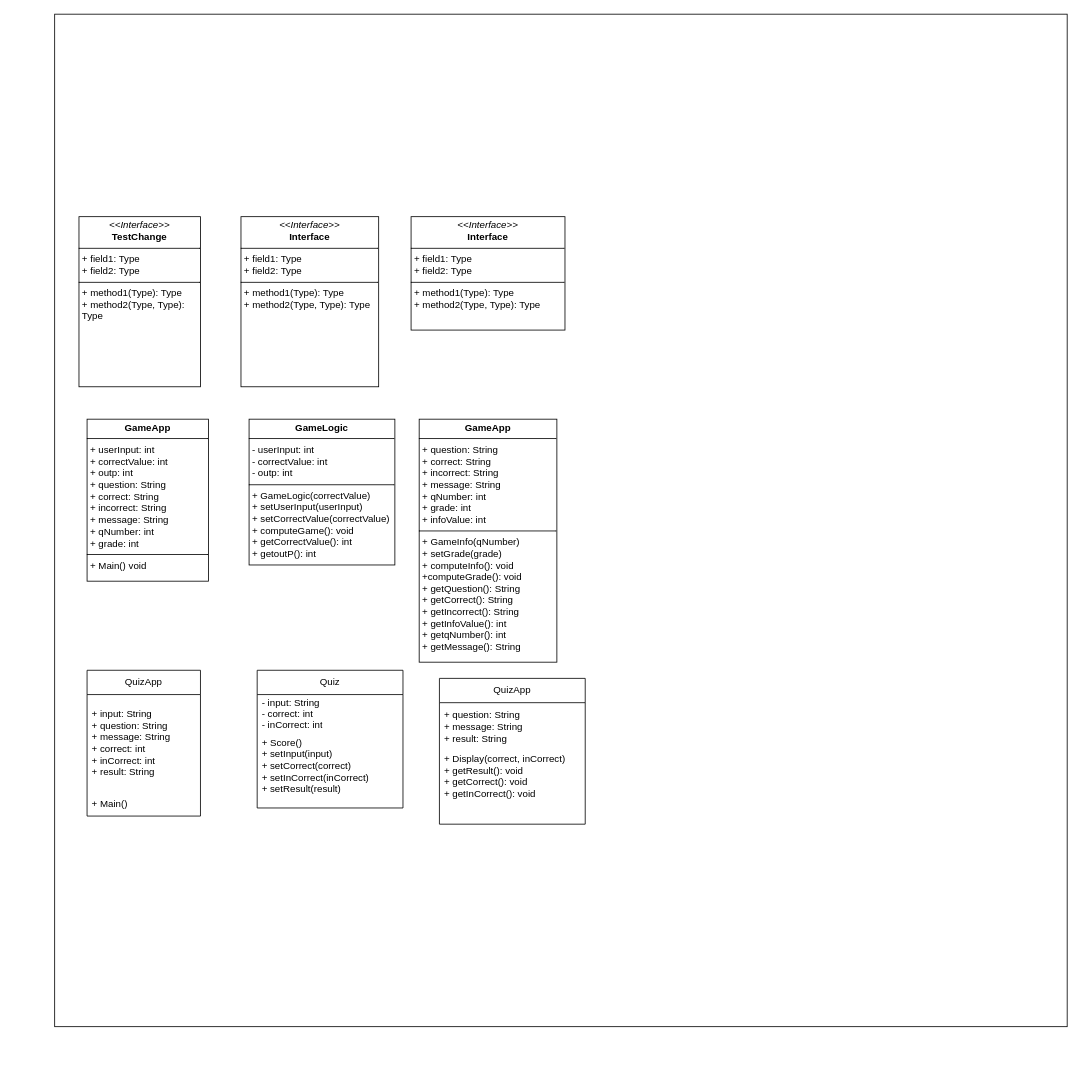
Earlier version of the draw.io diagram ClassDiagram.drawio (JordanTheCodeless/OOP_SDG_CA). Source tidied: cells renumbered, new cells numbered last; positions are measured from the earlier drawing's top-left corner, leaving out a move shared by most shapes. Both pictures are drawn from the tidied source at 81%, with x=0, y=0 at pixel (54, 14).
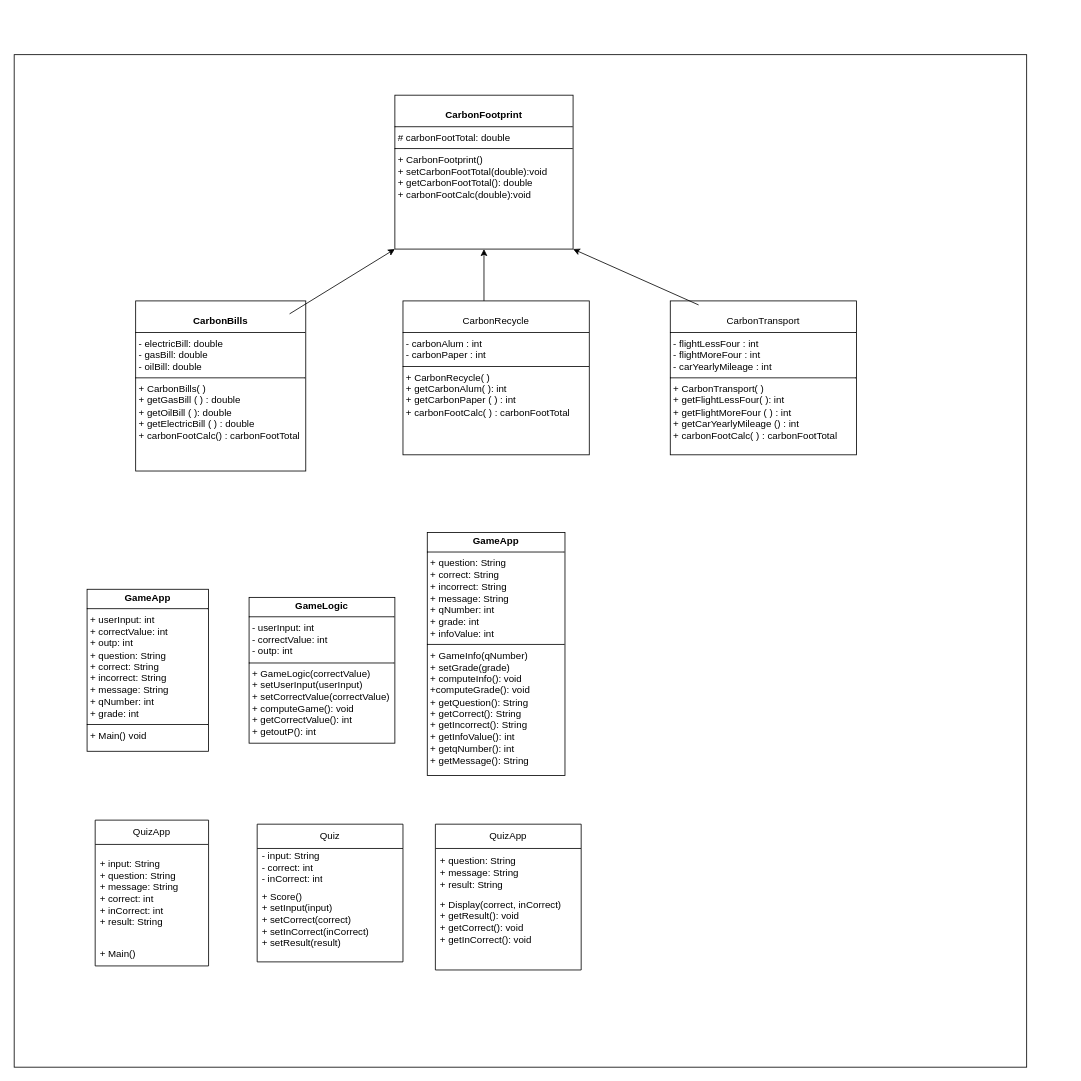
The same page after the edit.

Commit message:
Class diagram for CarbonFootPrintCalculator complete @Jordan

Change to the diagram source:
```diff
@@
     <mxCell id="2" style="whiteSpace=wrap;html=1;" parent="1" vertex="1">
-      <mxGeometry width="1250" height="1250" as="geometry" />
+      <mxGeometry x="-50" y="50" width="1250" height="1250" as="geometry" />
     </mxCell>
-    <mxCell id="3" value="&lt;p style=&quot;margin:0px;margin-top:4px;text-align:center;&quot;&gt;&lt;i&gt;&amp;lt;&amp;lt;Interface&amp;gt;&amp;gt;&lt;/i&gt;&lt;br&gt;&lt;b&gt;TestChange&lt;/b&gt;&lt;/p&gt;&lt;hr size=&quot;1&quot; style=&quot;border-style:solid;&quot;&gt;&lt;p style=&quot;margin:0px;margin-left:4px;&quot;&gt;+ field1: Type&lt;br&gt;+ field2: Type&lt;/p&gt;&lt;hr size=&quot;1&quot; style=&quot;border-style:solid;&quot;&gt;&lt;p style=&quot;margin:0px;margin-left:4px;&quot;&gt;+ method1(Type): Type&lt;br&gt;+ method2(Type, Type): Type&lt;/p&gt;" style="verticalAlign=top;align=left;overflow=fill;html=1;whiteSpace=wrap;" parent="1" vertex="1">
-      <mxGeometry x="30" y="250" width="150" height="210" as="geometry" />
+    <mxCell id="3" value="&lt;p style=&quot;margin:0px;margin-top:4px;text-align:center;&quot;&gt;&lt;br&gt;&lt;b&gt;CarbonFootprint&lt;/b&gt;&lt;br&gt;&lt;/p&gt;&lt;hr size=&quot;1&quot; style=&quot;border-style:solid;&quot;&gt;&lt;p style=&quot;margin:0px;margin-left:4px;&quot;&gt;# carbonFootTotal: double&lt;br&gt;&lt;/p&gt;&lt;hr size=&quot;1&quot; style=&quot;border-style:solid;&quot;&gt;&lt;p style=&quot;margin:0px;margin-left:4px;&quot;&gt;+ CarbonFootprint()&lt;br&gt;+ setCarbonFootTotal(double):void&lt;/p&gt;&lt;p style=&quot;margin:0px;margin-left:4px;&quot;&gt;+ getCarbonFootTotal(): double&lt;/p&gt;&lt;p style=&quot;margin:0px;margin-left:4px;&quot;&gt;+ carbonFootCalc(double):void&lt;br&gt;&lt;/p&gt;" style="verticalAlign=top;align=left;overflow=fill;html=1;whiteSpace=wrap;" parent="1" vertex="1">
+      <mxGeometry x="420" y="100" width="220" height="190" as="geometry" />
     </mxCell>
-    <mxCell id="4" value="&lt;p style=&quot;margin:0px;margin-top:4px;text-align:center;&quot;&gt;&lt;i&gt;&amp;lt;&amp;lt;Interface&amp;gt;&amp;gt;&lt;/i&gt;&lt;br/&gt;&lt;b&gt;Interface&lt;/b&gt;&lt;/p&gt;&lt;hr size=&quot;1&quot; style=&quot;border-style:solid;&quot;/&gt;&lt;p style=&quot;margin:0px;margin-left:4px;&quot;&gt;+ field1: Type&lt;br/&gt;+ field2: Type&lt;/p&gt;&lt;hr size=&quot;1&quot; style=&quot;border-style:solid;&quot;/&gt;&lt;p style=&quot;margin:0px;margin-left:4px;&quot;&gt;+ method1(Type): Type&lt;br/&gt;+ method2(Type, Type): Type&lt;/p&gt;" style="verticalAlign=top;align=left;overflow=fill;html=1;whiteSpace=wrap;" parent="1" vertex="1">
-      <mxGeometry x="230" y="250" width="170" height="210" as="geometry" />
+    <mxCell id="4" value="&lt;p style=&quot;margin:0px;margin-top:4px;text-align:center;&quot;&gt;&lt;br&gt;&lt;b&gt;CarbonBills&lt;/b&gt;&lt;br&gt;&lt;/p&gt;&lt;hr size=&quot;1&quot; style=&quot;border-style:solid;&quot;&gt;&lt;p style=&quot;margin:0px;margin-left:4px;&quot;&gt;- electricBill: double&lt;/p&gt;&lt;p style=&quot;margin:0px;margin-left:4px;&quot;&gt;- gasBill: double&lt;/p&gt;&lt;p style=&quot;margin:0px;margin-left:4px;&quot;&gt;- oilBill: double&lt;br&gt;&lt;/p&gt;&lt;hr size=&quot;1&quot; style=&quot;border-style:solid;&quot;&gt;&lt;p style=&quot;margin:0px;margin-left:4px;&quot;&gt;+ CarbonBills( )&lt;br&gt;&lt;/p&gt;&lt;p style=&quot;margin:0px;margin-left:4px;&quot;&gt;+ getGasBill ( ) : double&lt;br&gt;+ getOilBill ( ): double&lt;/p&gt;&lt;p style=&quot;margin:0px;margin-left:4px;&quot;&gt;+ getElectricBill ( ) : double&lt;/p&gt;&lt;p style=&quot;margin:0px;margin-left:4px;&quot;&gt;+ carbonFootCalc() : carbonFootTotal&lt;br&gt;&lt;/p&gt;" style="verticalAlign=top;align=left;overflow=fill;html=1;whiteSpace=wrap;" parent="1" vertex="1">
+      <mxGeometry x="100" y="354" width="210" height="210" as="geometry" />
     </mxCell>
-    <mxCell id="5" value="&lt;p style=&quot;margin:0px;margin-top:4px;text-align:center;&quot;&gt;&lt;i&gt;&amp;lt;&amp;lt;Interface&amp;gt;&amp;gt;&lt;/i&gt;&lt;br/&gt;&lt;b&gt;Interface&lt;/b&gt;&lt;/p&gt;&lt;hr size=&quot;1&quot; style=&quot;border-style:solid;&quot;/&gt;&lt;p style=&quot;margin:0px;margin-left:4px;&quot;&gt;+ field1: Type&lt;br/&gt;+ field2: Type&lt;/p&gt;&lt;hr size=&quot;1&quot; style=&quot;border-style:solid;&quot;/&gt;&lt;p style=&quot;margin:0px;margin-left:4px;&quot;&gt;+ method1(Type): Type&lt;br/&gt;+ method2(Type, Type): Type&lt;/p&gt;" style="verticalAlign=top;align=left;overflow=fill;html=1;whiteSpace=wrap;" parent="1" vertex="1">
-      <mxGeometry x="440" y="250" width="190" height="140" as="geometry" />
+    <mxCell id="5" value="&lt;p style=&quot;margin:0px;margin-top:4px;text-align:center;&quot;&gt;&lt;br&gt;CarbonRecycle&lt;br&gt;&lt;/p&gt;&lt;hr size=&quot;1&quot; style=&quot;border-style:solid;&quot;&gt;&lt;p style=&quot;margin:0px;margin-left:4px;&quot;&gt;- carbonAlum : int&lt;br&gt;- carbonPaper : int&lt;br&gt;&lt;/p&gt;&lt;hr size=&quot;1&quot; style=&quot;border-style:solid;&quot;&gt;&lt;p style=&quot;margin:0px;margin-left:4px;&quot;&gt;+ CarbonRecycle( )&lt;/p&gt;&lt;p style=&quot;margin:0px;margin-left:4px;&quot;&gt;+ getCarbonAlum( ): int&lt;/p&gt;&lt;p style=&quot;margin:0px;margin-left:4px;&quot;&gt;+ getCarbonPaper ( ) : int&lt;/p&gt;&lt;p style=&quot;margin:0px;margin-left:4px;&quot;&gt;+ carbonFootCalc( ) : carbonFootTotal&lt;br&gt;&lt;/p&gt;&lt;p style=&quot;margin:0px;margin-left:4px;&quot;&gt;&lt;br&gt;&lt;/p&gt;" style="verticalAlign=top;align=left;overflow=fill;html=1;whiteSpace=wrap;" parent="1" vertex="1">
+      <mxGeometry x="430" y="354" width="230" height="190" as="geometry" />
     </mxCell>
     <mxCell id="6" value="&lt;p style=&quot;margin:0px;margin-top:4px;text-align:center;&quot;&gt;&lt;b&gt;GameApp&lt;/b&gt;&lt;/p&gt;&lt;hr size=&quot;1&quot; style=&quot;border-style:solid;&quot;&gt;&lt;p style=&quot;margin:0px;margin-left:4px;&quot;&gt;+ userInput: int&lt;/p&gt;&lt;p style=&quot;margin:0px;margin-left:4px;&quot;&gt;+ correctValue: int&lt;/p&gt;&lt;p style=&quot;margin:0px;margin-left:4px;&quot;&gt;+ outp: int&lt;/p&gt;&lt;p style=&quot;margin:0px;margin-left:4px;&quot;&gt;+ question: String&amp;nbsp;&lt;/p&gt;&lt;p style=&quot;margin:0px;margin-left:4px;&quot;&gt;+ correct: String&amp;nbsp;&lt;/p&gt;&lt;p style=&quot;margin:0px;margin-left:4px;&quot;&gt;+ incorrect: String&lt;/p&gt;&lt;p style=&quot;margin:0px;margin-left:4px;&quot;&gt;+ message: String&lt;/p&gt;&lt;p style=&quot;margin:0px;margin-left:4px;&quot;&gt;+ qNumber: int&lt;/p&gt;&lt;p style=&quot;margin:0px;margin-left:4px;&quot;&gt;+ grade: int&lt;/p&gt;&lt;hr size=&quot;1&quot; style=&quot;border-style:solid;&quot;&gt;&lt;p style=&quot;margin:0px;margin-left:4px;&quot;&gt;+ Main() void&lt;/p&gt;" style="verticalAlign=top;align=left;overflow=fill;html=1;whiteSpace=wrap;" parent="1" vertex="1">
-      <mxGeometry x="40" y="500" width="150" height="200" as="geometry" />
+      <mxGeometry x="40" y="710" width="150" height="200" as="geometry" />
     </mxCell>
     <mxCell id="7" value="&lt;p style=&quot;margin:0px;margin-top:4px;text-align:center;&quot;&gt;&lt;b&gt;GameLogic&lt;/b&gt;&lt;/p&gt;&lt;hr size=&quot;1&quot; style=&quot;border-style:solid;&quot;&gt;&lt;p style=&quot;margin: 0px 0px 0px 4px;&quot;&gt;- userInput: int&lt;/p&gt;&lt;p style=&quot;margin: 0px 0px 0px 4px;&quot;&gt;- correctValue: int&lt;/p&gt;&lt;p style=&quot;margin: 0px 0px 0px 4px;&quot;&gt;- outp: int&lt;/p&gt;&lt;hr size=&quot;1&quot; style=&quot;border-style:solid;&quot;&gt;&lt;p style=&quot;margin:0px;margin-left:4px;&quot;&gt;+ GameLogic(correctValue)&lt;/p&gt;&lt;p style=&quot;margin:0px;margin-left:4px;&quot;&gt;+ setUserInput(userInput)&lt;/p&gt;&lt;p style=&quot;margin:0px;margin-left:4px;&quot;&gt;+ setCorrectValue(correctValue)&lt;/p&gt;&lt;p style=&quot;margin:0px;margin-left:4px;&quot;&gt;+ computeGame(): void&lt;/p&gt;&lt;p style=&quot;margin:0px;margin-left:4px;&quot;&gt;+ getCorrectValue(): int&lt;/p&gt;&lt;p style=&quot;margin:0px;margin-left:4px;&quot;&gt;+ getoutP(): int&lt;/p&gt;" style="verticalAlign=top;align=left;overflow=fill;html=1;whiteSpace=wrap;" parent="1" vertex="1">
-      <mxGeometry x="240" y="500" width="180" height="180" as="geometry" />
+      <mxGeometry x="240" y="720" width="180" height="180" as="geometry" />
     </mxCell>
@@
     <mxCell id="9" value="&lt;p style=&quot;margin:0px;margin-top:4px;text-align:center;&quot;&gt;&lt;b&gt;GameApp&lt;/b&gt;&lt;/p&gt;&lt;hr size=&quot;1&quot; style=&quot;border-style:solid;&quot;&gt;&lt;p style=&quot;margin:0px;margin-left:4px;&quot;&gt;&lt;span style=&quot;background-color: initial;&quot;&gt;+ question: String&amp;nbsp;&lt;/span&gt;&lt;br&gt;&lt;/p&gt;&lt;p style=&quot;margin:0px;margin-left:4px;&quot;&gt;+ correct: String&amp;nbsp;&lt;/p&gt;&lt;p style=&quot;margin:0px;margin-left:4px;&quot;&gt;+ incorrect: String&lt;/p&gt;&lt;p style=&quot;margin:0px;margin-left:4px;&quot;&gt;+ message: String&lt;/p&gt;&lt;p style=&quot;margin:0px;margin-left:4px;&quot;&gt;+ qNumber: int&lt;/p&gt;&lt;p style=&quot;margin:0px;margin-left:4px;&quot;&gt;+ grade: int&lt;/p&gt;&lt;p style=&quot;margin:0px;margin-left:4px;&quot;&gt;+ infoValue: int&lt;/p&gt;&lt;hr size=&quot;1&quot; style=&quot;border-style:solid;&quot;&gt;&lt;p style=&quot;margin:0px;margin-left:4px;&quot;&gt;+ GameInfo(qNumber)&lt;/p&gt;&lt;p style=&quot;margin:0px;margin-left:4px;&quot;&gt;+ setGrade(grade)&lt;/p&gt;&lt;p style=&quot;margin:0px;margin-left:4px;&quot;&gt;+ computeInfo(): void&lt;/p&gt;&lt;p style=&quot;margin:0px;margin-left:4px;&quot;&gt;+computeGrade(): void&lt;/p&gt;&lt;p style=&quot;margin:0px;margin-left:4px;&quot;&gt;+ getQuestion(): String&lt;/p&gt;&lt;p style=&quot;margin:0px;margin-left:4px;&quot;&gt;+ getCorrect(): String&lt;/p&gt;&lt;p style=&quot;margin:0px;margin-left:4px;&quot;&gt;+ getIncorrect(): String&lt;/p&gt;&lt;p style=&quot;margin:0px;margin-left:4px;&quot;&gt;+ getInfoValue(): int&lt;/p&gt;&lt;p style=&quot;margin:0px;margin-left:4px;&quot;&gt;+ getqNumber(): int&lt;/p&gt;&lt;p style=&quot;margin:0px;margin-left:4px;&quot;&gt;+ getMessage(): String&lt;/p&gt;" style="verticalAlign=top;align=left;overflow=fill;html=1;whiteSpace=wrap;" parent="1" vertex="1">
-      <mxGeometry x="450" y="500" width="170" height="300" as="geometry" />
+      <mxGeometry x="460" y="640" width="170" height="300" as="geometry" />
     </mxCell>
     <mxCell id="10" value="&lt;div&gt;QuizApp&lt;/div&gt;" style="swimlane;fontStyle=0;horizontal=1;startSize=30;whiteSpace=wrap;html=1;" parent="1" vertex="1">
-      <mxGeometry x="40" y="810" width="140" height="180" as="geometry" />
+      <mxGeometry x="50" y="995" width="140" height="180" as="geometry" />
     </mxCell>
@@
     <mxCell id="13" value="&lt;div&gt;Quiz&lt;/div&gt;" style="swimlane;fontStyle=0;horizontal=1;startSize=30;whiteSpace=wrap;html=1;" parent="1" vertex="1">
-      <mxGeometry x="250" y="810" width="180" height="170" as="geometry" />
+      <mxGeometry x="250" y="1000" width="180" height="170" as="geometry" />
     </mxCell>
@@
     <mxCell id="16" value="&lt;div&gt;QuizApp&lt;/div&gt;" style="swimlane;fontStyle=0;horizontal=1;startSize=30;whiteSpace=wrap;html=1;" parent="1" vertex="1">
-      <mxGeometry x="475" y="820" width="180" height="180" as="geometry" />
+      <mxGeometry x="470" y="1000" width="180" height="180" as="geometry" />
     </mxCell>
@@
+    <mxCell id="19" value="&lt;p style=&quot;margin:0px;margin-top:4px;text-align:center;&quot;&gt;&lt;br&gt;CarbonTransport&lt;br&gt;&lt;/p&gt;&lt;hr size=&quot;1&quot; style=&quot;border-style:solid;&quot;&gt;&lt;p style=&quot;margin:0px;margin-left:4px;&quot;&gt;- flightLessFour : int&lt;br&gt;- flightMoreFour : int&lt;/p&gt;&lt;p style=&quot;margin:0px;margin-left:4px;&quot;&gt;- carYearlyMileage : int&lt;br&gt;&lt;/p&gt;&lt;hr size=&quot;1&quot; style=&quot;border-style:solid;&quot;&gt;&lt;p style=&quot;margin:0px;margin-left:4px;&quot;&gt;+ CarbonTransport( )&lt;/p&gt;&lt;p style=&quot;margin:0px;margin-left:4px;&quot;&gt;+ getFlightLessFour( ): int&lt;/p&gt;&lt;p style=&quot;margin:0px;margin-left:4px;&quot;&gt;+ getFlightMoreFour ( ) : int&lt;/p&gt;&lt;p style=&quot;margin:0px;margin-left:4px;&quot;&gt;+ getCarYearlyMileage () : int&lt;br&gt;&lt;/p&gt;&lt;p style=&quot;margin:0px;margin-left:4px;&quot;&gt;+ carbonFootCalc( ) : carbonFootTotal&lt;br&gt;&lt;/p&gt;&lt;p style=&quot;margin:0px;margin-left:4px;&quot;&gt;&lt;br&gt;&lt;/p&gt;" style="verticalAlign=top;align=left;overflow=fill;html=1;whiteSpace=wrap;" parent="1" vertex="1">
+      <mxGeometry x="760" y="354" width="230" height="190" as="geometry" />
+    </mxCell>
+    <mxCell id="20" style="endArrow=classic;html=1;rounded=0;entryX=0;entryY=1;entryDx=0;entryDy=0;" parent="1" edge="1" target="3">
+      <mxGeometry relative="1" as="geometry">
+        <mxPoint x="290" y="370" as="sourcePoint" />
+      </mxGeometry>
+    </mxCell>
+    <mxCell id="21" style="endArrow=classic;html=1;rounded=0;entryX=0.5;entryY=1;entryDx=0;entryDy=0;" parent="1" edge="1" target="3">
+      <mxGeometry relative="1" as="geometry">
+        <mxPoint x="530" y="354" as="sourcePoint" />
+      </mxGeometry>
+    </mxCell>
+    <mxCell id="22" style="endArrow=classic;html=1;rounded=0;exitX=0.152;exitY=0.026;exitDx=0;exitDy=0;exitPerimeter=0;entryX=1;entryY=1;entryDx=0;entryDy=0;" parent="1" edge="1" source="19" target="3">
+      <mxGeometry relative="1" as="geometry" />
+    </mxCell>
```
